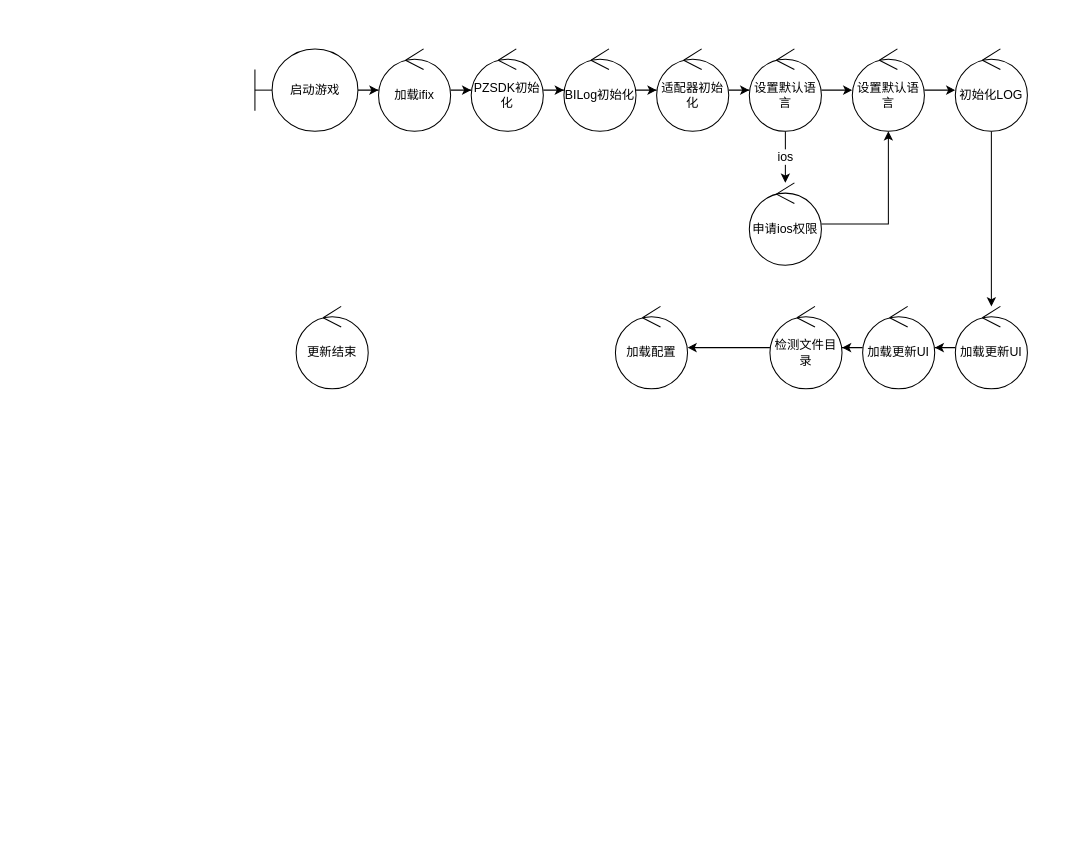
Before: 游戏启动流程.drawio in cliang/drawio, a draw.io diagram. Source tidied: cells renumbered, new cells numbered last; positions are measured from the earlier drawing's top-left corner, leaving out a move shared by most shapes. Both pictures are drawn from the tidied source at 103%, with x=0, y=0 at pixel (254, 48).
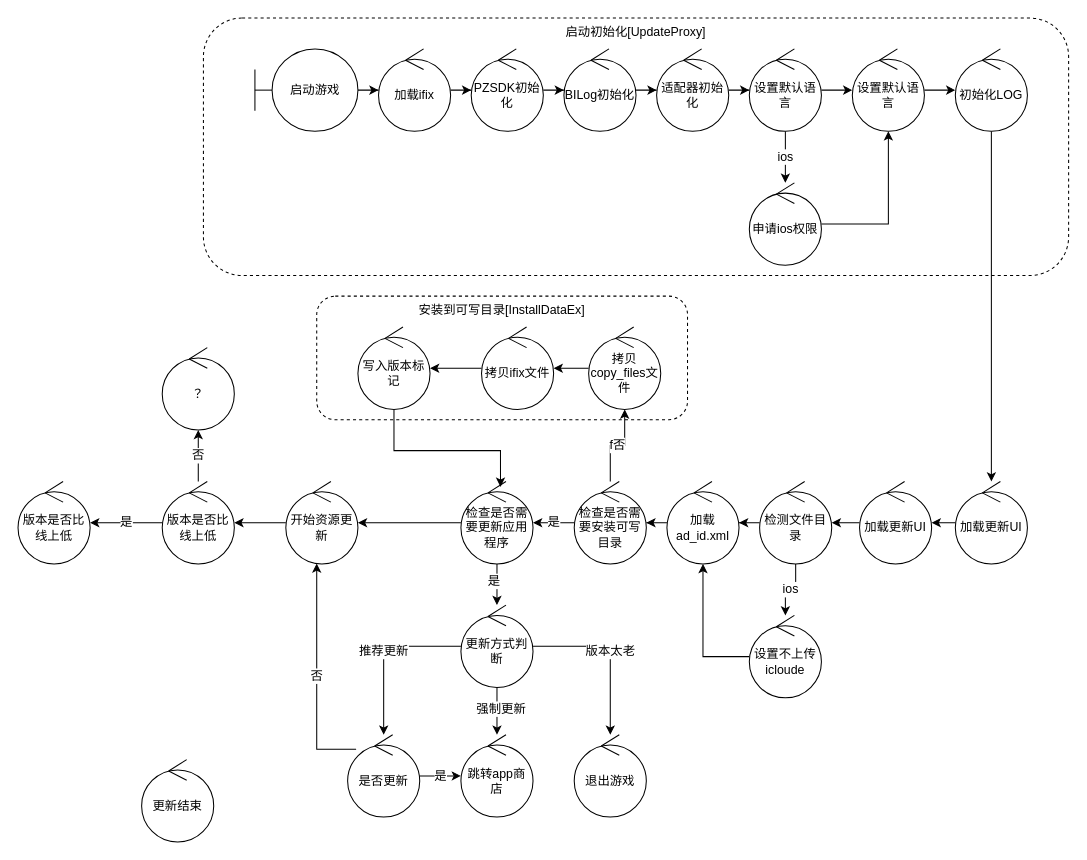
The same diagram, later.

Commit message:
更新游戏启动流程.drawio

What changed in the source:
```diff
@@
+    <mxCell id="29" value="安装到可写目录[InstallDataEx]" style="rounded=1;whiteSpace=wrap;html=1;fontSize=12;dashed=1;fillColor=none;verticalAlign=top;" parent="1" vertex="1">
+      <mxGeometry x="60" y="240" width="360" height="120" as="geometry" />
+    </mxCell>
@@
     <mxCell id="22" value="加载更新UI" style="ellipse;shape=umlControl;whiteSpace=wrap;html=1;fontSize=12;" parent="1" vertex="1">
-      <mxGeometry x="680" y="250" width="70" height="80" as="geometry" />
+      <mxGeometry x="680" y="420" width="70" height="80" as="geometry" />
     </mxCell>
     <mxCell id="23" value="更新结束" style="ellipse;shape=umlControl;whiteSpace=wrap;html=1;fontSize=12;" parent="1" vertex="1">
-      <mxGeometry x="40" y="250" width="70" height="80" as="geometry" />
+      <mxGeometry x="-110" y="690" width="70" height="80" as="geometry" />
     </mxCell>
@@
     <mxCell id="25" value="加载更新UI" style="ellipse;shape=umlControl;whiteSpace=wrap;html=1;fontSize=12;" parent="1" vertex="1">
-      <mxGeometry x="590" y="250" width="70" height="80" as="geometry" />
+      <mxGeometry x="587" y="420" width="70" height="80" as="geometry" />
     </mxCell>
@@
+    <mxCell id="30" value="ios" style="edgeStyle=orthogonalEdgeStyle;rounded=0;jettySize=auto;html=1;fontSize=12;" parent="1" edge="1" source="27" target="33">
+      <mxGeometry relative="1" as="geometry" />
+    </mxCell>
     <mxCell id="27" value="检测文件目录" style="ellipse;shape=umlControl;whiteSpace=wrap;html=1;fontSize=12;" parent="1" vertex="1">
-      <mxGeometry x="500" y="250" width="70" height="80" as="geometry" />
+      <mxGeometry x="490" y="420" width="70" height="80" as="geometry" />
     </mxCell>
+    <mxCell id="31" style="edgeStyle=orthogonalEdgeStyle;rounded=0;jettySize=auto;html=1;fontSize=12;" parent="1" edge="1" source="28" target="36">
+      <mxGeometry relative="1" as="geometry" />
+    </mxCell>
-    <mxCell id="28" value="加载配置" style="ellipse;shape=umlControl;whiteSpace=wrap;html=1;fontSize=12;" parent="1" vertex="1">
-      <mxGeometry x="350" y="250" width="70" height="80" as="geometry" />
+    <mxCell id="28" value="加载ad_id.xml" style="ellipse;shape=umlControl;whiteSpace=wrap;html=1;fontSize=12;" parent="1" vertex="1">
+      <mxGeometry x="400" y="420" width="70" height="80" as="geometry" />
     </mxCell>
+    <mxCell id="32" style="edgeStyle=orthogonalEdgeStyle;rounded=0;jettySize=auto;html=1;fontSize=12;" parent="1" edge="1" source="33" target="28">
+      <mxGeometry relative="1" as="geometry" />
+    </mxCell>
+    <mxCell id="33" value="设置不上传icloude" style="ellipse;shape=umlControl;whiteSpace=wrap;html=1;fontSize=12;" parent="1" vertex="1">
+      <mxGeometry x="480" y="550" width="70" height="80" as="geometry" />
+    </mxCell>
+    <mxCell id="34" value="是" style="edgeStyle=orthogonalEdgeStyle;rounded=0;jettySize=auto;html=1;fontSize=12;" parent="1" edge="1" source="36" target="47">
+      <mxGeometry relative="1" as="geometry" />
+    </mxCell>
+    <mxCell id="35" value="f否" style="edgeStyle=orthogonalEdgeStyle;rounded=0;jettySize=auto;html=1;fontSize=12;" parent="1" edge="1" source="36" target="38">
+      <mxGeometry relative="1" as="geometry" />
+    </mxCell>
+    <mxCell id="36" value="检查是否需要安装可写目录" style="ellipse;shape=umlControl;whiteSpace=wrap;html=1;fontSize=12;" parent="1" vertex="1">
+      <mxGeometry x="310" y="420" width="70" height="80" as="geometry" />
+    </mxCell>
+    <mxCell id="37" style="edgeStyle=orthogonalEdgeStyle;rounded=0;jettySize=auto;html=1;fontSize=12;" parent="1" edge="1" source="38" target="40">
+      <mxGeometry relative="1" as="geometry" />
+    </mxCell>
+    <mxCell id="38" value="拷贝copy_files文件" style="ellipse;shape=umlControl;whiteSpace=wrap;html=1;fontSize=12;" parent="1" vertex="1">
+      <mxGeometry x="324" y="270" width="70" height="80" as="geometry" />
+    </mxCell>
+    <mxCell id="39" style="edgeStyle=orthogonalEdgeStyle;rounded=0;jettySize=auto;html=1;fontSize=12;" parent="1" edge="1" source="40" target="42">
+      <mxGeometry relative="1" as="geometry" />
+    </mxCell>
+    <mxCell id="40" value="拷贝ifix文件" style="ellipse;shape=umlControl;whiteSpace=wrap;html=1;fontSize=12;" parent="1" vertex="1">
+      <mxGeometry x="220" y="270" width="70" height="80" as="geometry" />
+    </mxCell>
+    <mxCell id="41" style="edgeStyle=orthogonalEdgeStyle;rounded=0;jettySize=auto;html=1;entryX=0.549;entryY=0.065;entryDx=0;entryDy=0;entryPerimeter=0;fontSize=12;" parent="1" edge="1" source="42" target="47">
+      <mxGeometry relative="1" as="geometry">
+        <Array as="points">
+          <mxPoint x="135" y="390" />
+          <mxPoint x="238" y="390" />
+        </Array>
+      </mxGeometry>
+    </mxCell>
+    <mxCell id="42" value="写入版本标记" style="ellipse;shape=umlControl;whiteSpace=wrap;html=1;fontSize=12;" parent="1" vertex="1">
+      <mxGeometry x="100" y="270" width="70" height="80" as="geometry" />
+    </mxCell>
+    <mxCell id="43" value="启动初始化[UpdateProxy]" style="rounded=1;whiteSpace=wrap;html=1;fontSize=12;dashed=1;fillColor=none;verticalAlign=top;" parent="1" vertex="1">
+      <mxGeometry x="-50" y="-30" width="840" height="250" as="geometry" />
+    </mxCell>
+    <mxCell id="44" style="edgeStyle=orthogonalEdgeStyle;rounded=0;jettySize=auto;html=1;fontSize=12;" parent="1" edge="1" source="47" target="52">
+      <mxGeometry relative="1" as="geometry" />
+    </mxCell>
+    <mxCell id="45" value="是" style="edgeLabel;html=1;align=center;verticalAlign=middle;fontSize=12;" parent="44" vertex="1">
+      <mxGeometry x="-0.21" y="-4" relative="1" as="geometry" />
+    </mxCell>
+    <mxCell id="46" style="edgeStyle=orthogonalEdgeStyle;rounded=0;jettySize=auto;html=1;fontSize=12;" parent="1" edge="1" source="47" target="59">
+      <mxGeometry relative="1" as="geometry" />
+    </mxCell>
+    <mxCell id="47" value="检查是否需要更新应用程序" style="ellipse;shape=umlControl;whiteSpace=wrap;html=1;fontSize=12;" parent="1" vertex="1">
+      <mxGeometry x="200" y="420" width="70" height="80" as="geometry" />
+    </mxCell>
+    <mxCell id="48" style="edgeStyle=orthogonalEdgeStyle;rounded=0;jettySize=auto;html=1;fontSize=12;" parent="1" edge="1" source="52" target="53">
+      <mxGeometry relative="1" as="geometry" />
+    </mxCell>
+    <mxCell id="49" value="强制更新" style="edgeLabel;html=1;align=center;verticalAlign=middle;fontSize=12;" parent="48" vertex="1">
+      <mxGeometry x="-0.14" y="3" relative="1" as="geometry" />
+    </mxCell>
+    <mxCell id="50" value="推荐更新" style="edgeStyle=orthogonalEdgeStyle;rounded=0;jettySize=auto;html=1;fontSize=12;" parent="1" edge="1" source="52" target="56">
+      <mxGeometry relative="1" as="geometry" />
+    </mxCell>
+    <mxCell id="51" value="版本太老" style="edgeStyle=orthogonalEdgeStyle;rounded=0;jettySize=auto;html=1;fontSize=12;" parent="1" edge="1" source="52" target="57">
+      <mxGeometry relative="1" as="geometry" />
+    </mxCell>
+    <mxCell id="52" value="更新方式判断" style="ellipse;shape=umlControl;whiteSpace=wrap;html=1;fontSize=12;" parent="1" vertex="1">
+      <mxGeometry x="200" y="540" width="70" height="80" as="geometry" />
+    </mxCell>
+    <mxCell id="53" value="跳转app商店" style="ellipse;shape=umlControl;whiteSpace=wrap;html=1;fontSize=12;" parent="1" vertex="1">
+      <mxGeometry x="200" y="665.8" width="70" height="80" as="geometry" />
+    </mxCell>
+    <mxCell id="54" value="是" style="edgeStyle=orthogonalEdgeStyle;rounded=0;jettySize=auto;html=1;fontSize=12;" parent="1" edge="1" source="56" target="53">
+      <mxGeometry relative="1" as="geometry" />
+    </mxCell>
+    <mxCell id="55" value="否" style="edgeStyle=orthogonalEdgeStyle;rounded=0;jettySize=auto;html=1;fontSize=12;" parent="1" edge="1" source="56" target="59">
+      <mxGeometry relative="1" as="geometry">
+        <Array as="points">
+          <mxPoint x="60" y="680" />
+        </Array>
+      </mxGeometry>
+    </mxCell>
+    <mxCell id="56" value="是否更新" style="ellipse;shape=umlControl;whiteSpace=wrap;html=1;fontSize=12;" parent="1" vertex="1">
+      <mxGeometry x="90" y="665.8" width="70" height="80" as="geometry" />
+    </mxCell>
+    <mxCell id="57" value="退出游戏" style="ellipse;shape=umlControl;whiteSpace=wrap;html=1;fontSize=12;" parent="1" vertex="1">
+      <mxGeometry x="310" y="665.8" width="70" height="80" as="geometry" />
+    </mxCell>
+    <mxCell id="58" style="edgeStyle=orthogonalEdgeStyle;rounded=0;jettySize=auto;html=1;fontSize=12;" parent="1" edge="1" source="59" target="62">
+      <mxGeometry relative="1" as="geometry" />
+    </mxCell>
+    <mxCell id="59" value="开始资源更新" style="ellipse;shape=umlControl;whiteSpace=wrap;html=1;fontSize=12;" parent="1" vertex="1">
+      <mxGeometry x="30" y="420" width="70" height="80" as="geometry" />
+    </mxCell>
+    <mxCell id="60" value="是" style="edgeStyle=orthogonalEdgeStyle;rounded=0;jettySize=auto;html=1;fontSize=12;" parent="1" edge="1" source="62" target="63">
+      <mxGeometry relative="1" as="geometry" />
+    </mxCell>
+    <mxCell id="61" value="否" style="edgeStyle=orthogonalEdgeStyle;rounded=0;jettySize=auto;html=1;fontSize=12;" parent="1" edge="1" source="62" target="64">
+      <mxGeometry relative="1" as="geometry" />
+    </mxCell>
+    <mxCell id="62" value="版本是否比线上低" style="ellipse;shape=umlControl;whiteSpace=wrap;html=1;fontSize=12;" parent="1" vertex="1">
+      <mxGeometry x="-90" y="420" width="70" height="80" as="geometry" />
+    </mxCell>
+    <mxCell id="63" value="版本是否比线上低" style="ellipse;shape=umlControl;whiteSpace=wrap;html=1;fontSize=12;" parent="1" vertex="1">
+      <mxGeometry x="-230" y="420" width="70" height="80" as="geometry" />
+    </mxCell>
+    <mxCell id="64" value="？" style="ellipse;shape=umlControl;whiteSpace=wrap;html=1;fontSize=12;" parent="1" vertex="1">
+      <mxGeometry x="-90" y="290" width="70" height="80" as="geometry" />
+    </mxCell>
```
